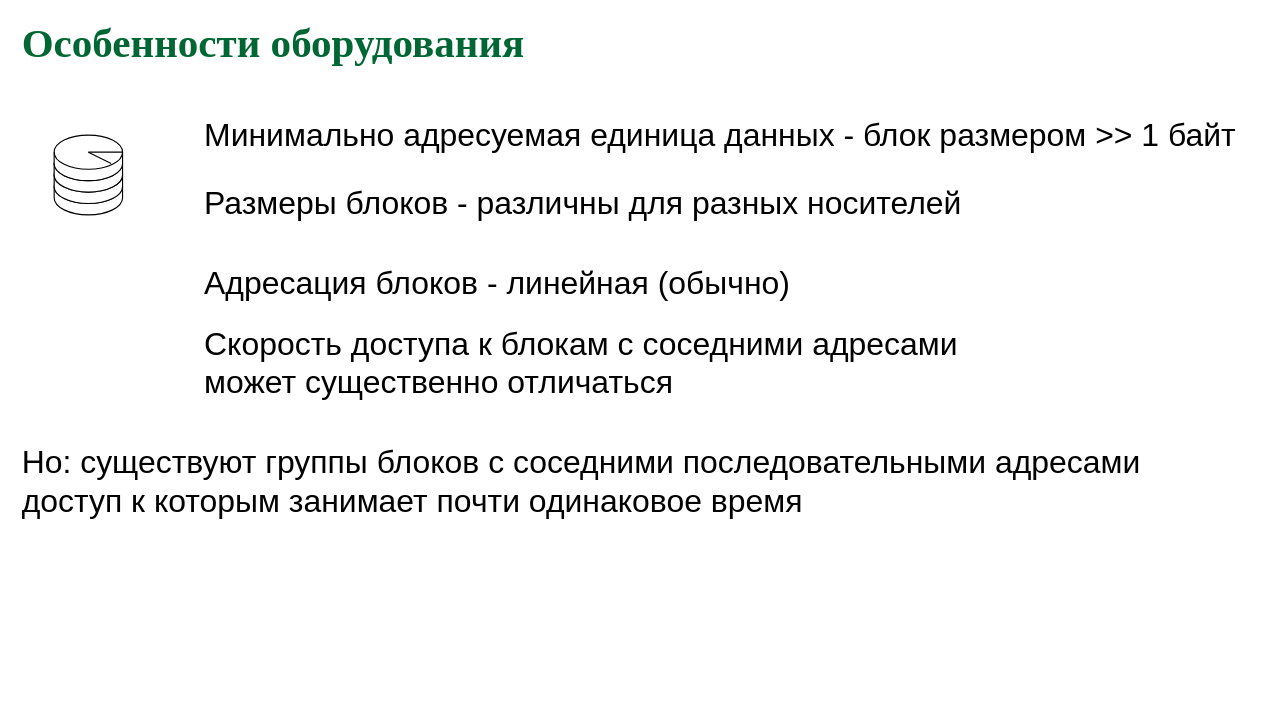
The draw.io diagram page "physfeat" (2 of 17) of slides/extsto.drawio in 77maxikov/os_course, before the edit. Source tidied: cells renumbered, new cells numbered last; positions are measured from the earlier drawing's top-left corner, leaving out a move shared by most shapes. Both pictures are drawn from the tidied source at 114%, with x=0, y=0 at pixel (19, 32).
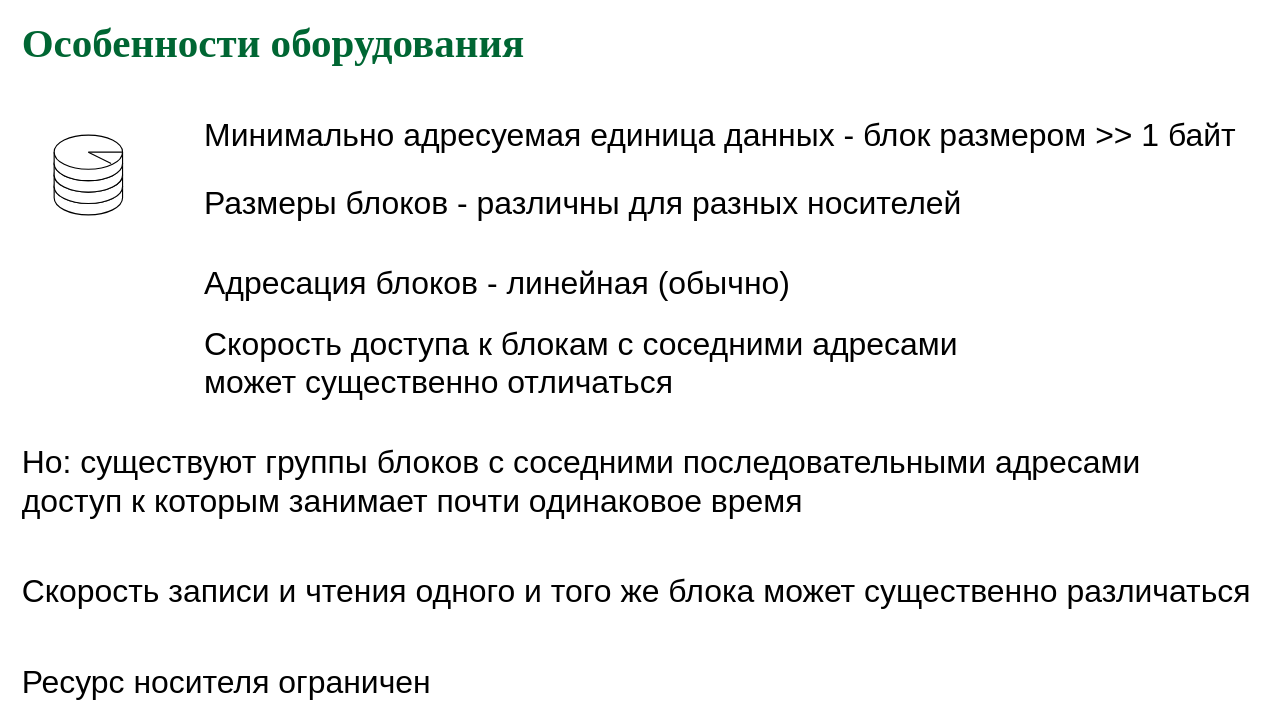
Above is the later version.

The edit, as a diff of the source:
```diff
@@
 <mxGraphModel>
   <root>
     <mxCell id="0" />
     <mxCell id="1" parent="0" />
     <mxCell id="2" style="shape=cylinder3;whiteSpace=wrap;html=1;boundedLbl=1;backgroundOutline=1;size=15;" parent="1" vertex="1">
       <mxGeometry x="30" y="120" width="60" height="40" as="geometry" />
     </mxCell>
     <mxCell id="3" style="shape=cylinder3;whiteSpace=wrap;html=1;boundedLbl=1;backgroundOutline=1;size=15;" parent="1" vertex="1">
       <mxGeometry x="30" y="110" width="60" height="40" as="geometry" />
     </mxCell>
     <mxCell id="4" style="shape=cylinder3;whiteSpace=wrap;html=1;boundedLbl=1;backgroundOutline=1;size=15;" parent="1" vertex="1">
       <mxGeometry x="30" y="100" width="60" height="40" as="geometry" />
     </mxCell>
     <mxCell id="5" value="&lt;font color=&quot;#006633&quot; face=&quot;garamond&quot;&gt;&lt;span style=&quot;font-size: 36px&quot;&gt;&lt;b&gt;Особенности оборудования&lt;/b&gt;&lt;/span&gt;&lt;/font&gt;" style="text;html=1;align=left;verticalAlign=middle;whiteSpace=wrap;rounded=0;" parent="1" vertex="1">
       <mxGeometry width="920" height="20" as="geometry" />
     </mxCell>
     <mxCell id="6" value="&lt;span style=&quot;font-size: 28px&quot;&gt;Минимально адресуемая единица данных - блок размером &amp;gt;&amp;gt; 1 байт&lt;/span&gt;" style="text;html=1;align=left;verticalAlign=middle;" parent="1" vertex="1">
       <mxGeometry x="160" y="80" width="920" height="20" as="geometry" />
     </mxCell>
     <mxCell id="7" style="shape=cylinder3;whiteSpace=wrap;html=1;boundedLbl=1;backgroundOutline=1;size=15;" parent="1" vertex="1">
       <mxGeometry x="30" y="90" width="60" height="40" as="geometry" />
     </mxCell>
     <mxCell id="8" value="&lt;span style=&quot;font-size: 28px&quot;&gt;Размеры блоков - различны для разных носителей&lt;/span&gt;" style="text;html=1;align=left;verticalAlign=middle;" parent="1" vertex="1">
       <mxGeometry x="160" y="140" width="680" height="20" as="geometry" />
     </mxCell>
     <mxCell id="9" style="endArrow=none;html=1;" parent="1" edge="1">
       <mxGeometry relative="1" as="geometry">
         <mxPoint x="60" y="105" as="sourcePoint" />
         <mxPoint x="80" y="115" as="targetPoint" />
       </mxGeometry>
     </mxCell>
     <mxCell id="10" style="endArrow=none;html=1;" parent="1" edge="1">
       <mxGeometry relative="1" as="geometry">
         <mxPoint x="60" y="105" as="sourcePoint" />
         <mxPoint x="90" y="105" as="targetPoint" />
       </mxGeometry>
     </mxCell>
     <mxCell id="11" value="&lt;span style=&quot;font-size: 28px&quot;&gt;Адресация блоков - линейная (&lt;/span&gt;&lt;span style=&quot;font-size: 28px&quot;&gt;обычно&lt;/span&gt;&lt;span style=&quot;font-size: 28px&quot;&gt;)&lt;/span&gt;" style="text;html=1;align=left;verticalAlign=middle;" parent="1" vertex="1">
       <mxGeometry x="160" y="210" width="530" height="20" as="geometry" />
     </mxCell>
     <mxCell id="12" value="&lt;span style=&quot;font-size: 28px&quot;&gt;Скорость доступа к блокам с соседними адресами &lt;br&gt;может существенно отличаться&lt;/span&gt;" style="text;html=1;align=left;verticalAlign=middle;" parent="1" vertex="1">
       <mxGeometry x="160" y="270" width="680" height="40" as="geometry" />
     </mxCell>
     <mxCell id="13" value="&lt;span style=&quot;font-size: 28px&quot;&gt;Но: существуют группы блоков с соседними последовательными адресами&lt;br&gt;доступ к которым занимает почти одинаковое время&lt;br&gt;&lt;/span&gt;" style="text;html=1;align=left;verticalAlign=middle;" parent="1" vertex="1">
       <mxGeometry y="374" width="1000" height="40" as="geometry" />
     </mxCell>
+    <mxCell id="14" value="&lt;span style=&quot;font-size: 28px&quot;&gt;Скорость записи и чтения одного и того же блока может существенно различаться&lt;br&gt;&lt;/span&gt;" style="text;html=1;align=left;verticalAlign=middle;" parent="1" vertex="1">
+      <mxGeometry y="480" width="1090" height="20" as="geometry" />
+    </mxCell>
+    <mxCell id="15" value="&lt;span style=&quot;font-size: 28px&quot;&gt;Ресурс носителя ограничен&lt;br&gt;&lt;/span&gt;" style="text;html=1;align=left;verticalAlign=middle;" parent="1" vertex="1">
+      <mxGeometry y="560" width="370" height="20" as="geometry" />
+    </mxCell>
   </root>
 </mxGraphModel>
```
